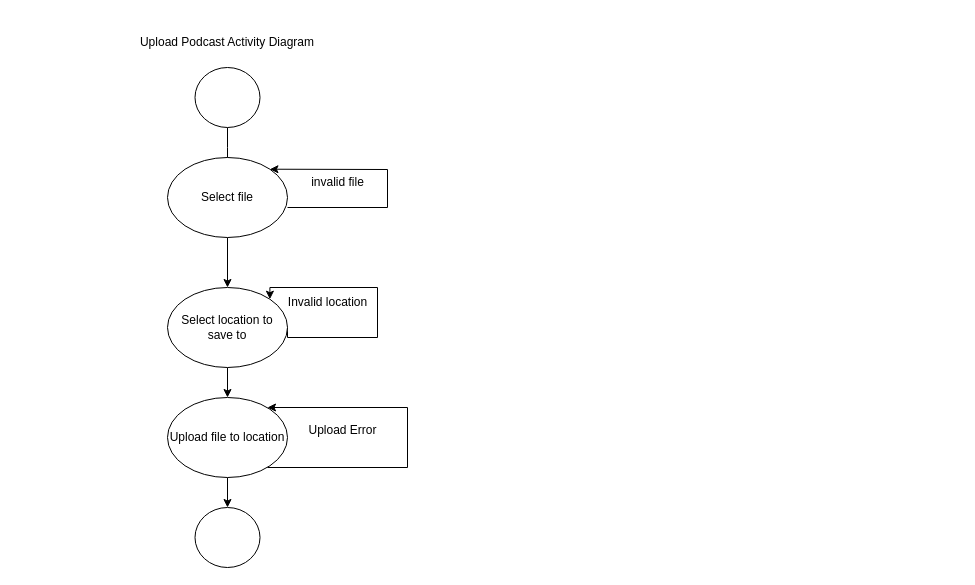
Before: StoreNew_ActivityDiagram.drawio in Glizzus/COMP-3700, a draw.io diagram. Source tidied: cells renumbered, new cells numbered last; positions are measured from the earlier drawing's top-left corner, leaving out a move shared by most shapes. Both pictures are drawn from the tidied source at 100%, with x=0, y=0 at pixel (127, 27).
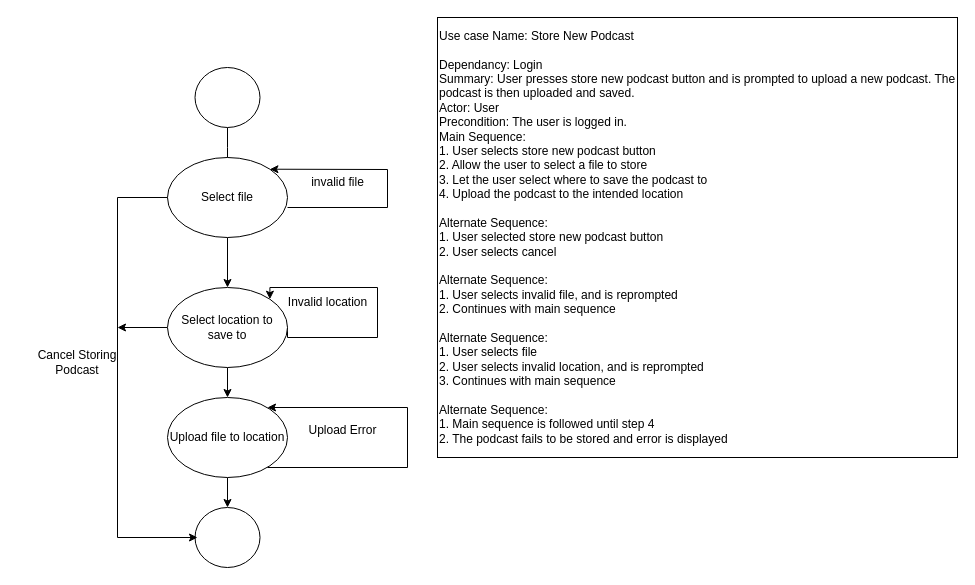
Above is the later version.

Commit message (it also covers changes not shown here):
Added descriptions to social media and store new

Unchanged cells that the change refers to:
```xml
<mxCell id="5" value="Select file" style="ellipse;whiteSpace=wrap;html=1;" parent="1" vertex="1">
  <mxGeometry x="40" y="130" width="120" height="80" as="geometry" />
</mxCell>
<mxCell id="8" value="Select location to save to" style="ellipse;whiteSpace=wrap;html=1;" parent="1" vertex="1">
  <mxGeometry x="40" y="260" width="120" height="80" as="geometry" />
</mxCell>
```

Diff of the diagram source:
```diff
@@
+    <mxCell id="18" style="edgeStyle=orthogonalEdgeStyle;rounded=0;jettySize=auto;html=1;exitX=0;exitY=0.5;exitDx=0;exitDy=0;" parent="1" edge="1" source="8">
+      <mxGeometry relative="1" as="geometry">
+        <mxPoint x="-10" y="300" as="targetPoint" />
+      </mxGeometry>
+    </mxCell>
@@
-    <mxCell id="17" value="Upload Podcast Activity Diagram" style="text;html=1;strokeColor=none;fillColor=none;align=center;verticalAlign=middle;whiteSpace=wrap;rounded=0;" parent="1" vertex="1">
-      <mxGeometry width="200" height="30" as="geometry" />
-    </mxCell>
+    <mxCell id="19" value="Use case Name: Store New Podcast&lt;br&gt;&lt;br style=&quot;border-color: var(--border-color);&quot;&gt;&lt;span style=&quot;&quot;&gt;Dependancy: Login&lt;/span&gt;&lt;br style=&quot;border-color: var(--border-color);&quot;&gt;&lt;span style=&quot;&quot;&gt;Summary: User presses store new podcast button and is prompted to upload a new podcast. The podcast is then uploaded and saved.&lt;/span&gt;&lt;br style=&quot;border-color: var(--border-color);&quot;&gt;&lt;span style=&quot;&quot;&gt;Actor: User&lt;/span&gt;&lt;br style=&quot;border-color: var(--border-color);&quot;&gt;&lt;span style=&quot;&quot;&gt;Precondition: The user is logged in.&lt;/span&gt;&lt;br style=&quot;border-color: var(--border-color);&quot;&gt;&lt;span style=&quot;&quot;&gt;Main Sequence:&lt;/span&gt;&lt;br style=&quot;border-color: var(--border-color);&quot;&gt;&lt;span style=&quot;&quot;&gt;1. User selects store new podcast button&lt;/span&gt;&lt;br style=&quot;border-color: var(--border-color);&quot;&gt;&lt;span style=&quot;&quot;&gt;2. Allow the user to select a file to store&lt;/span&gt;&lt;br style=&quot;border-color: var(--border-color);&quot;&gt;&lt;div style=&quot;&quot;&gt;&lt;span style=&quot;background-color: initial;&quot;&gt;3. Let the user select where to save the podcast to&lt;/span&gt;&lt;/div&gt;&lt;div style=&quot;&quot;&gt;4. Upload the podcast to the intended location&lt;/div&gt;&lt;div style=&quot;&quot;&gt;&lt;span style=&quot;background-color: initial;&quot;&gt;&lt;br&gt;&lt;/span&gt;&lt;/div&gt;&lt;div style=&quot;&quot;&gt;&lt;span style=&quot;background-color: initial;&quot;&gt;Alternate Sequence:&lt;br&gt;1. User selected store new podcast button&lt;/span&gt;&lt;/div&gt;&lt;div style=&quot;&quot;&gt;&lt;span style=&quot;background-color: initial;&quot;&gt;2. User selects cancel&lt;/span&gt;&lt;/div&gt;&lt;div style=&quot;&quot;&gt;&lt;span style=&quot;background-color: initial;&quot;&gt;&lt;br&gt;&lt;/span&gt;&lt;/div&gt;&lt;div style=&quot;&quot;&gt;&lt;span style=&quot;background-color: initial;&quot;&gt;Alternate Sequence:&lt;br&gt;1. User selects invalid file, and is reprompted&lt;/span&gt;&lt;/div&gt;&lt;div style=&quot;&quot;&gt;&lt;span style=&quot;background-color: initial;&quot;&gt;2. Continues with main sequence&lt;/span&gt;&lt;/div&gt;&lt;div style=&quot;&quot;&gt;&lt;span style=&quot;background-color: initial;&quot;&gt;&lt;br&gt;&lt;/span&gt;&lt;/div&gt;&lt;div style=&quot;&quot;&gt;&lt;span style=&quot;background-color: initial;&quot;&gt;Alternate Sequence:&lt;/span&gt;&lt;/div&gt;&lt;div style=&quot;&quot;&gt;&lt;span style=&quot;background-color: initial;&quot;&gt;1. User selects file&lt;/span&gt;&lt;/div&gt;&lt;div style=&quot;&quot;&gt;&lt;span style=&quot;background-color: initial;&quot;&gt;2. User selects invalid location, and is reprompted&lt;/span&gt;&lt;/div&gt;&lt;div style=&quot;&quot;&gt;&lt;span style=&quot;background-color: initial;&quot;&gt;3. Continues with main sequence&lt;/span&gt;&lt;/div&gt;&lt;div style=&quot;&quot;&gt;&lt;span style=&quot;background-color: initial;&quot;&gt;&lt;br&gt;&lt;/span&gt;&lt;/div&gt;&lt;div style=&quot;&quot;&gt;&lt;span style=&quot;background-color: initial;&quot;&gt;Alternate Sequence:&lt;/span&gt;&lt;/div&gt;&lt;div style=&quot;&quot;&gt;&lt;span style=&quot;background-color: initial;&quot;&gt;1. Main sequence is followed until step 4&lt;/span&gt;&lt;/div&gt;&lt;div style=&quot;&quot;&gt;2. The podcast fails to be stored and error is displayed&lt;/div&gt;" style="rounded=0;whiteSpace=wrap;html=1;align=left;" parent="1" vertex="1">
+      <mxGeometry x="310" y="-10" width="520" height="440" as="geometry" />
+    </mxCell>
+    <mxCell id="20" style="endArrow=classic;html=1;rounded=0;" parent="1" edge="1" source="5">
+      <mxGeometry relative="1" as="geometry">
+        <mxPoint x="70" y="510" as="targetPoint" />
+        <Array as="points">
+          <mxPoint x="-10" y="170" />
+          <mxPoint x="-10" y="510" />
+        </Array>
+      </mxGeometry>
+    </mxCell>
+    <mxCell id="21" value="Cancel Storing Podcast" style="text;html=1;strokeColor=none;fillColor=none;align=center;verticalAlign=middle;whiteSpace=wrap;rounded=0;" parent="1" vertex="1">
+      <mxGeometry x="-110" y="320" width="120" height="30" as="geometry" />
+    </mxCell>
```
